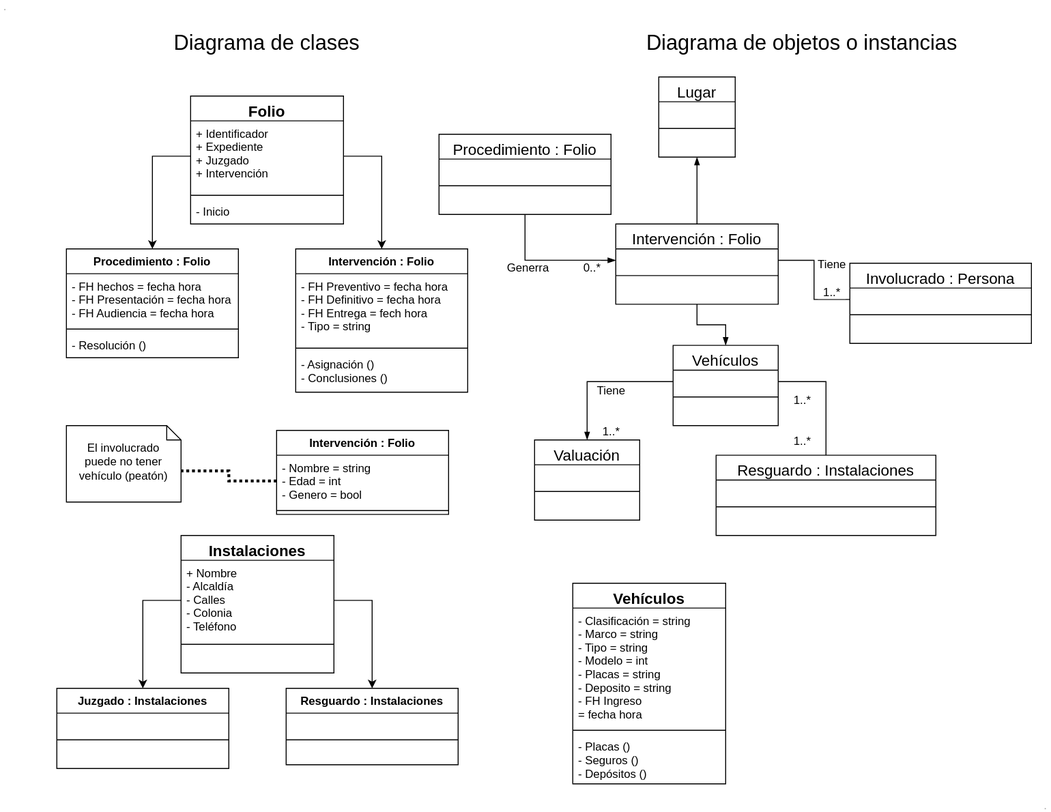
Above: diagramas/DiagramaClases(UML).svg in CMXCSP/SiCoIn-documentation (draw.io), before the change. Source tidied: cells renumbered, new cells last; positions are measured from the earlier drawing's top-left corner, leaving out a move shared by most shapes.
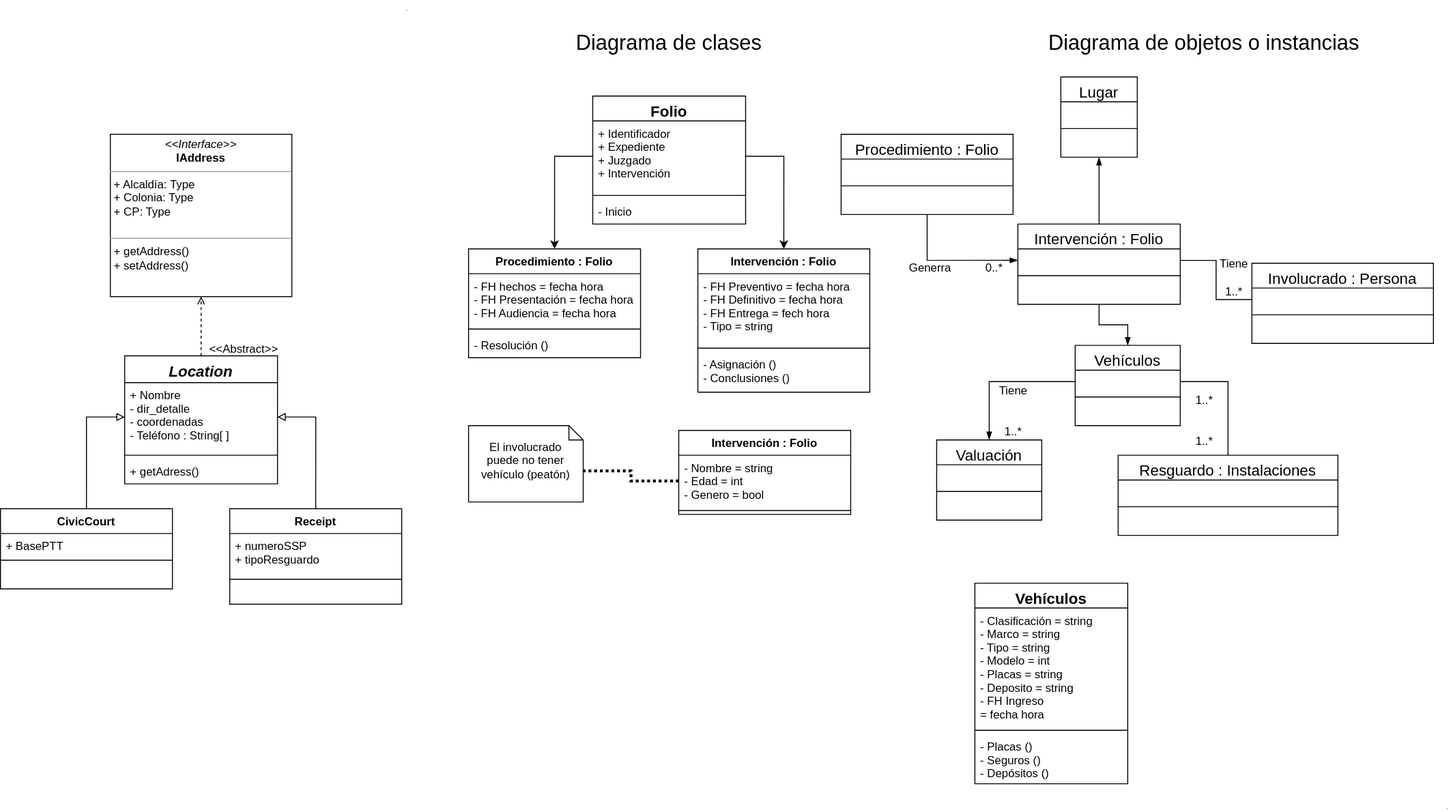
After the commit.

Commit message:
herencia de clases de instalaciones

The edit, as a diff of the source:
```diff
@@ -74,25 +74,28 @@
     <mxCell id="25" value="El involucrado puede no tener vehículo (peatón)" style="text;html=1;strokeColor=none;fillColor=none;align=center;verticalAlign=middle;whiteSpace=wrap;rounded=0;fontSize=12;" parent="1" vertex="1">
       <mxGeometry x="79" y="438" width="100" height="85" as="geometry" />
     </mxCell>
+    <mxCell id="78" style="edgeStyle=orthogonalEdgeStyle;rounded=0;jumpSize=6;jettySize=auto;html=1;exitX=0.5;exitY=0;exitDx=0;exitDy=0;entryX=0.5;entryY=1;entryDx=0;entryDy=0;startArrow=none;startFill=0;endArrow=open;endFill=0;strokeWidth=1;dashed=1;" parent="1" edge="1" source="26" target="79">
+      <mxGeometry relative="1" as="geometry" />
+    </mxCell>
-    <mxCell id="26" value="Instalaciones" style="swimlane;fontStyle=1;align=center;verticalAlign=top;horizontal=1;startSize=26;fontSize=16;" parent="1" vertex="1">
-      <mxGeometry x="189" y="558" width="160" height="144" as="geometry" />
+    <mxCell id="26" value="Location" style="swimlane;fontStyle=3;align=center;verticalAlign=top;horizontal=1;startSize=28;fontSize=16;" parent="1" vertex="1">
+      <mxGeometry x="-291" y="370" width="160" height="134" as="geometry" />
     </mxCell>
-    <mxCell id="27" value="+ Nombre&#10;- Alcaldía&#10;- Calles&#10;- Colonia&#10;- Teléfono" style="text;strokeColor=none;fillColor=none;align=left;verticalAlign=top;spacingLeft=4;spacingRight=4;overflow=hidden;points=[[0,0.5],[1,0.5]];portConstraint=eastwest;fontSize=12;" parent="26" vertex="1">
-      <mxGeometry y="26" width="160" height="84" as="geometry" />
+    <mxCell id="27" value="+ Nombre&#10;- dir_detalle&#10;- coordenadas &#10;- Teléfono : String[ ]" style="text;strokeColor=none;fillColor=none;align=left;verticalAlign=top;spacingLeft=4;spacingRight=4;overflow=hidden;points=[[0,0.5],[1,0.5]];portConstraint=eastwest;fontSize=12;" parent="26" vertex="1">
+      <mxGeometry y="28" width="160" height="72" as="geometry" />
     </mxCell>
     <mxCell id="28" style="line;strokeWidth=1;fillColor=none;align=left;verticalAlign=middle;spacingTop=-1;spacingLeft=3;spacingRight=3;labelPosition=right;fontSize=22;" parent="26" vertex="1">
-      <mxGeometry y="110" width="160" height="8" as="geometry" />
+      <mxGeometry y="100" width="160" height="8" as="geometry" />
     </mxCell>
-    <mxCell id="29" value=" " style="text;strokeColor=none;fillColor=none;align=left;verticalAlign=top;spacingLeft=4;spacingRight=4;overflow=hidden;fontSize=12;" parent="26" vertex="1">
-      <mxGeometry y="118" width="160" height="26" as="geometry" />
+    <mxCell id="29" value="+ getAdress()" style="text;strokeColor=none;fillColor=none;align=left;verticalAlign=top;spacingLeft=4;spacingRight=4;overflow=hidden;fontSize=12;" parent="26" vertex="1">
+      <mxGeometry y="108" width="160" height="26" as="geometry" />
     </mxCell>
-    <mxCell id="30" style="edgeStyle=orthogonalEdgeStyle;rounded=0;jettySize=auto;html=1;fontSize=12;entryX=0.5;entryY=0;entryDx=0;entryDy=0;" parent="1" edge="1" source="27" target="31">
+    <mxCell id="30" style="edgeStyle=orthogonalEdgeStyle;rounded=0;jettySize=auto;html=1;fontSize=12;entryX=0.5;entryY=0;entryDx=0;entryDy=0;endArrow=none;endFill=0;startArrow=block;startFill=0;" parent="1" edge="1" source="27" target="31">
       <mxGeometry relative="1" as="geometry" />
     </mxCell>
-    <mxCell id="31" value="Juzgado : Instalaciones" style="swimlane;fontStyle=1;align=center;verticalAlign=top;horizontal=1;startSize=26;fontSize=12;" parent="1" vertex="1">
-      <mxGeometry x="59" y="718" width="180" height="84" as="geometry" />
+    <mxCell id="31" value="CivicCourt" style="swimlane;fontStyle=1;align=center;verticalAlign=top;horizontal=1;startSize=26;fontSize=12;" parent="1" vertex="1">
+      <mxGeometry x="-421" y="530" width="180" height="84" as="geometry" />
     </mxCell>
-    <mxCell id="32" value=" " style="text;strokeColor=none;fillColor=none;align=left;verticalAlign=top;spacingLeft=4;spacingRight=4;overflow=hidden;fontSize=12;" parent="31" vertex="1">
+    <mxCell id="32" value="+ BasePTT" style="text;strokeColor=none;fillColor=none;align=left;verticalAlign=top;spacingLeft=4;spacingRight=4;overflow=hidden;fontSize=12;" parent="31" vertex="1">
       <mxGeometry y="26" width="180" height="24" as="geometry" />
     </mxCell>
     <mxCell id="33" style="line;strokeWidth=1;fillColor=none;align=left;verticalAlign=middle;spacingTop=-1;spacingLeft=3;spacingRight=3;labelPosition=right;fontSize=12;" parent="31" vertex="1">
@@ -101,19 +104,19 @@
     <mxCell id="34" value=" " style="text;strokeColor=none;fillColor=none;align=left;verticalAlign=top;spacingLeft=4;spacingRight=4;overflow=hidden;fontSize=12;" parent="31" vertex="1">
       <mxGeometry y="58" width="180" height="26" as="geometry" />
     </mxCell>
-    <mxCell id="35" value="Resguardo : Instalaciones" style="swimlane;fontStyle=1;align=center;verticalAlign=top;horizontal=1;startSize=26;fontSize=12;" parent="1" vertex="1">
-      <mxGeometry x="299" y="718" width="180" height="80" as="geometry" />
+    <mxCell id="35" value="Receipt" style="swimlane;fontStyle=1;align=center;verticalAlign=top;horizontal=1;startSize=26;fontSize=12;" parent="1" vertex="1">
+      <mxGeometry x="-181" y="530" width="180" height="100" as="geometry" />
     </mxCell>
-    <mxCell id="36" value=" " style="text;strokeColor=none;fillColor=none;align=left;verticalAlign=top;spacingLeft=4;spacingRight=4;overflow=hidden;fontSize=12;" parent="35" vertex="1">
-      <mxGeometry y="26" width="180" height="24" as="geometry" />
+    <mxCell id="36" value="+ numeroSSP &#10;+ tipoResguardo" style="text;strokeColor=none;fillColor=none;align=left;verticalAlign=top;spacingLeft=4;spacingRight=4;overflow=hidden;fontSize=12;" parent="35" vertex="1">
+      <mxGeometry y="26" width="180" height="44" as="geometry" />
     </mxCell>
     <mxCell id="37" style="line;strokeWidth=1;fillColor=none;align=left;verticalAlign=middle;spacingTop=-1;spacingLeft=3;spacingRight=3;labelPosition=right;fontSize=12;" parent="35" vertex="1">
-      <mxGeometry y="50" width="180" height="8" as="geometry" />
+      <mxGeometry y="70" width="180" height="8" as="geometry" />
     </mxCell>
     <mxCell id="38" value=" " style="text;strokeColor=none;fillColor=none;align=left;verticalAlign=top;spacingLeft=4;spacingRight=4;overflow=hidden;fontSize=12;" parent="35" vertex="1">
-      <mxGeometry y="58" width="180" height="22" as="geometry" />
+      <mxGeometry y="78" width="180" height="22" as="geometry" />
     </mxCell>
-    <mxCell id="39" style="edgeStyle=orthogonalEdgeStyle;rounded=0;jettySize=auto;html=1;entryX=0.5;entryY=0;entryDx=0;entryDy=0;fontSize=12;" parent="1" edge="1" source="27" target="35">
+    <mxCell id="39" style="edgeStyle=orthogonalEdgeStyle;rounded=0;jettySize=auto;html=1;entryX=0.5;entryY=0;entryDx=0;entryDy=0;fontSize=12;startArrow=block;startFill=0;endArrow=none;endFill=0;strokeWidth=1;jumpSize=6;" parent="1" edge="1" source="27" target="35">
       <mxGeometry relative="1" as="geometry" />
     </mxCell>
     <mxCell id="40" value="Vehículos" style="swimlane;fontStyle=1;align=center;verticalAlign=top;horizontal=1;startSize=26;fontSize=16;" parent="1" vertex="1">
@@ -230,5 +233,11 @@
     <mxCell id="77" value="1..*&lt;br&gt;&lt;br&gt;&lt;br&gt;1..*" style="edgeStyle=orthogonalEdgeStyle;rounded=0;jettySize=auto;html=1;entryX=0.5;entryY=0;entryDx=0;entryDy=0;fontSize=12;endArrow=none;endFill=0;strokeWidth=1;" parent="1" edge="1" source="64" target="67">
       <mxGeometry x="0.43" y="-25" relative="1" as="geometry" />
     </mxCell>
+    <mxCell id="79" value="&lt;p style=&quot;margin:0px;margin-top:4px;text-align:center;&quot;&gt;&lt;i&gt;&amp;lt;&amp;lt;Interface&amp;gt;&amp;gt;&lt;/i&gt;&lt;br&gt;&lt;b&gt;IAddress&lt;/b&gt;&lt;br&gt;&lt;/p&gt;&lt;hr size=&quot;1&quot;&gt;&lt;p style=&quot;margin:0px;margin-left:4px;&quot;&gt;+ Alcaldía: Type&lt;/p&gt;&lt;p style=&quot;margin:0px;margin-left:4px;&quot;&gt;+ Colonia: Type&lt;/p&gt;&lt;p style=&quot;margin:0px;margin-left:4px;&quot;&gt;+ CP: Type&lt;br&gt;&lt;br&gt;&lt;/p&gt;&lt;hr size=&quot;1&quot;&gt;&lt;p style=&quot;margin:0px;margin-left:4px;&quot;&gt;+ getAddress()&lt;br&gt;+ setAddress()&lt;/p&gt;" style="verticalAlign=top;align=left;overflow=fill;fontSize=12;fontFamily=Helvetica;html=1;" parent="1" vertex="1">
+      <mxGeometry x="-306" y="138" width="190" height="170" as="geometry" />
+    </mxCell>
+    <mxCell id="80" value="&amp;lt;&amp;lt;Abstract&amp;gt;&amp;gt;" style="text;html=1;strokeColor=none;fillColor=none;align=center;verticalAlign=middle;whiteSpace=wrap;rounded=0;" parent="1" vertex="1">
+      <mxGeometry x="-201" y="348" width="70" height="30" as="geometry" />
+    </mxCell>
   </root>
 </mxGraphModel>
```
